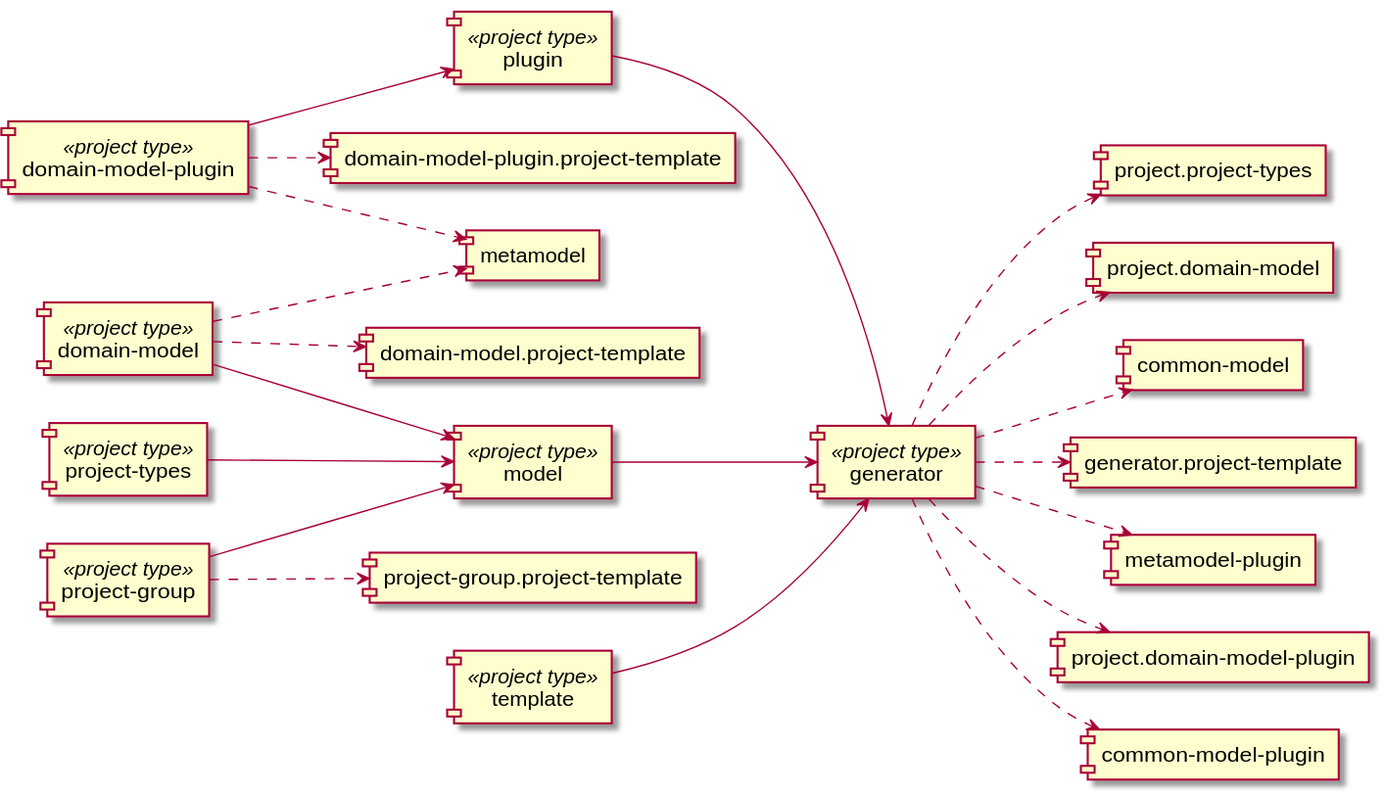
Earlier version of the PlantUML export doc/image/project-dependency-graph.svg (laplacian-core/project-group.project-template).
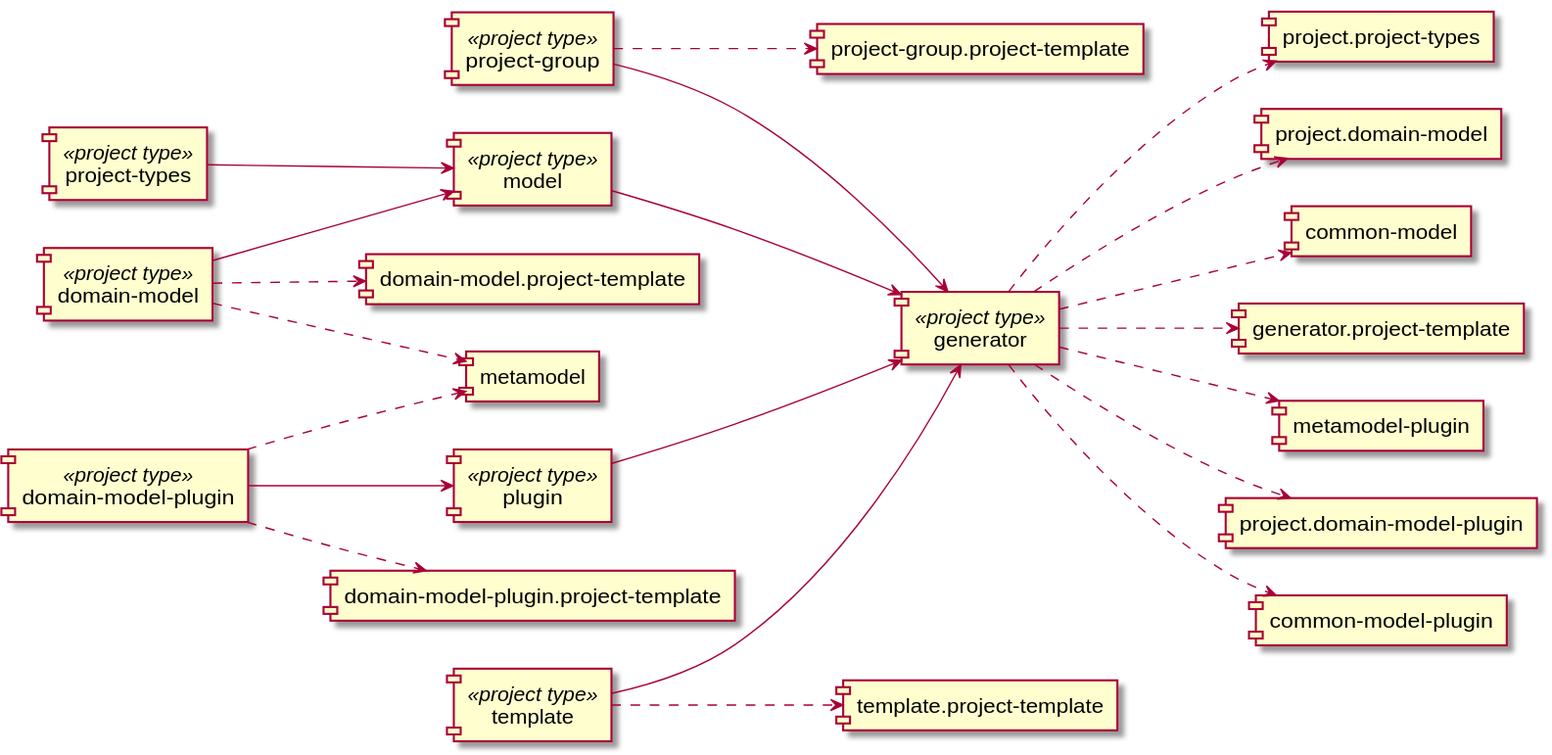
The same file after the commit.

Diff of the diagram source:
```diff
@@ -15,7 +15,7 @@
 [domain-model] --> [model]
 [model] --> [generator]
 [plugin] --> [generator]
-[project-group] --> [model]
+[project-group] --> [generator]
 [project-types] --> [model]
 [template] --> [generator]
 
@@ -42,6 +42,7 @@
   [project-group] ..> [project-group.project-template]
 
 
+  [template] ..> [template.project-template]
 
 
 @enduml
```
